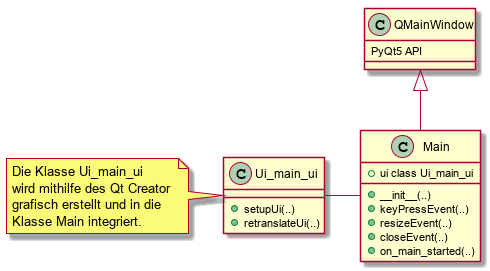
Above: uml.png in dimschlukas/projectAD (PlantUML), before the change.
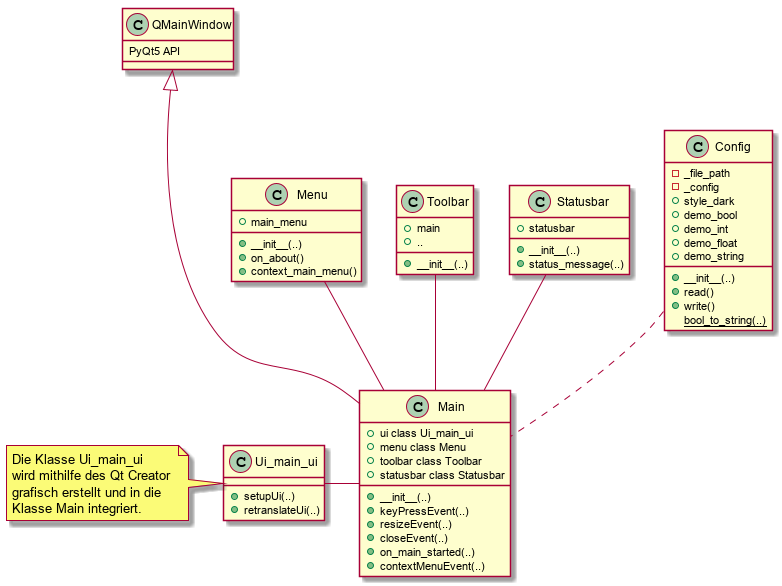
After the change.

Diff of the diagram source:
```diff
@@ -13,14 +13,58 @@
 
 class Main {
  + ui class Ui_main_ui
+ + menu class Menu
+ + toolbar class Toolbar
+ + statusbar class Statusbar
  + __init__(..)
  + keyPressEvent(..)
  + resizeEvent(..)
  + closeEvent(..)
  + on_main_started(..)
+ + contextMenuEvent(..)
 }
 
-QMainWindow <|-- Main
+class Menu {
+  + main_menu
+  + __init__(..)
+  + on_about()
+  + context_main_menu()
+}
+
+class Toolbar {
+  + main
+  + ..
+  + __init__(..)
+}
+
+
+class Statusbar {
+  + statusbar
+  + __init__(..)
+  + status_message(..)
+}
+
+class Config {
+  - _file_path
+  - _config
+  + style_dark
+  + demo_bool
+  + demo_int
+  + demo_float
+  + demo_string
+  + __init__(..)
+  + read()
+  + write()
+  {static} bool_to_string(..)
+}
+
+
+QMainWindow <|--- Main
 Ui_main_ui - Main
+Menu -- Main
+Toolbar -- Main
+Statusbar -- Main
+Config .. Main
+
 
 @enduml
```
